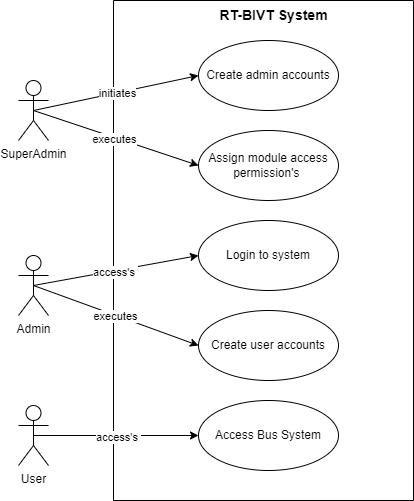
This is Project Real-Time Bus ID Verification and Tracking/DOCUMENTATION/UseCaseDiagrams/Signup.drawio.png from Abubakar-doc/FYP-24-SE-A-204, a draw.io export, as it was before one commit. Source tidied: cells renumbered, new cells last; positions are measured from the earlier drawing's top-left corner, leaving out a move shared by most shapes.
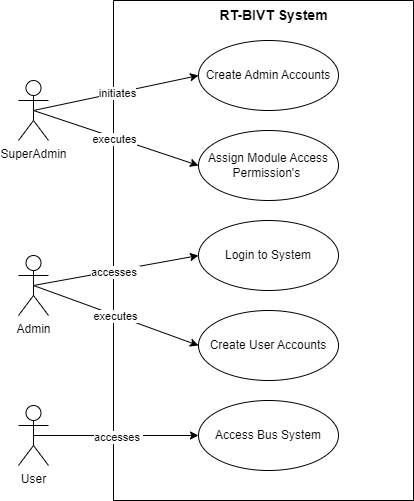
After the commit.

What changed in the source:
```diff
@@ -32,7 +32,7 @@
     <mxCell id="11" style="endArrow=classic;html=1;rounded=0;exitX=0.5;exitY=0.5;exitDx=0;exitDy=0;exitPerimeter=0;entryX=0;entryY=0.5;entryDx=0;entryDy=0;" parent="2" edge="1" source="5" target="21">
       <mxGeometry relative="1" as="geometry" />
     </mxCell>
-    <mxCell id="12" value="access's&amp;nbsp;" style="edgeLabel;html=1;align=center;verticalAlign=middle;" parent="11" vertex="1">
+    <mxCell id="12" value="accesses&amp;nbsp;" style="edgeLabel;html=1;align=center;verticalAlign=middle;" parent="11" vertex="1">
       <mxGeometry x="-0.01" y="-1" relative="1" as="geometry" />
     </mxCell>
     <mxCell id="13" style="endArrow=classic;html=1;rounded=0;exitX=0.5;exitY=0.5;exitDx=0;exitDy=0;exitPerimeter=0;entryX=0;entryY=0.5;entryDx=0;entryDy=0;" parent="2" edge="1" source="5" target="19">
@@ -44,22 +44,22 @@
     <mxCell id="15" style="endArrow=classic;html=1;rounded=0;exitX=0.5;exitY=0.5;exitDx=0;exitDy=0;exitPerimeter=0;entryX=0;entryY=0.5;entryDx=0;entryDy=0;" parent="2" edge="1" source="6" target="20">
       <mxGeometry relative="1" as="geometry" />
     </mxCell>
-    <mxCell id="16" value="access's&amp;nbsp;" style="edgeLabel;html=1;align=center;verticalAlign=middle;" parent="15" vertex="1">
+    <mxCell id="16" value="accesses&amp;nbsp;" style="edgeLabel;html=1;align=center;verticalAlign=middle;" parent="15" vertex="1">
       <mxGeometry x="0.01" y="-1" relative="1" as="geometry" />
     </mxCell>
-    <mxCell id="17" value="Create admin accounts" style="ellipse;whiteSpace=wrap;html=1;fillColor=none;" parent="2" vertex="1">
+    <mxCell id="17" value="Create Admin Accounts" style="ellipse;whiteSpace=wrap;html=1;fillColor=none;" parent="2" vertex="1">
       <mxGeometry x="85" y="40" width="140" height="70" as="geometry" />
     </mxCell>
-    <mxCell id="18" value="Assign module access permission's&amp;nbsp;" style="ellipse;whiteSpace=wrap;html=1;fillColor=none;" parent="2" vertex="1">
+    <mxCell id="18" value="Assign Module Access Permission's&amp;nbsp;" style="ellipse;whiteSpace=wrap;html=1;fillColor=none;" parent="2" vertex="1">
       <mxGeometry x="85" y="130" width="140" height="70" as="geometry" />
     </mxCell>
-    <mxCell id="19" value="Create user accounts" style="ellipse;whiteSpace=wrap;html=1;fillColor=none;" parent="2" vertex="1">
+    <mxCell id="19" value="Create User Accounts" style="ellipse;whiteSpace=wrap;html=1;fillColor=none;" parent="2" vertex="1">
       <mxGeometry x="85" y="310" width="140" height="70" as="geometry" />
     </mxCell>
     <mxCell id="20" value="Access Bus System" style="ellipse;whiteSpace=wrap;html=1;fillColor=none;" parent="2" vertex="1">
       <mxGeometry x="85" y="400" width="140" height="70" as="geometry" />
     </mxCell>
-    <mxCell id="21" value="Login to system" style="ellipse;whiteSpace=wrap;html=1;fillColor=none;" parent="2" vertex="1">
+    <mxCell id="21" value="Login to System" style="ellipse;whiteSpace=wrap;html=1;fillColor=none;" parent="2" vertex="1">
       <mxGeometry x="85" y="220" width="140" height="70" as="geometry" />
     </mxCell>
   </root>
```
